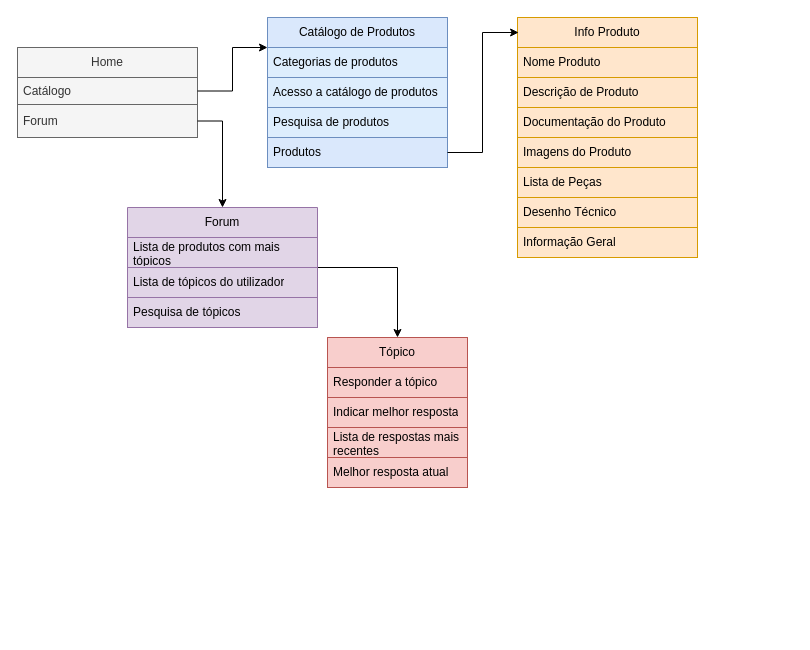
Earlier version of the draw.io diagram diagrams/Diagrama sem nome.drawio (Install-Go/install_and_go). Source tidied: cells renumbered, new cells numbered last; positions are measured from the earlier drawing's top-left corner, leaving out a move shared by most shapes. Both pictures are drawn from the tidied source at 100%, with x=0, y=0 at pixel (17, 17).
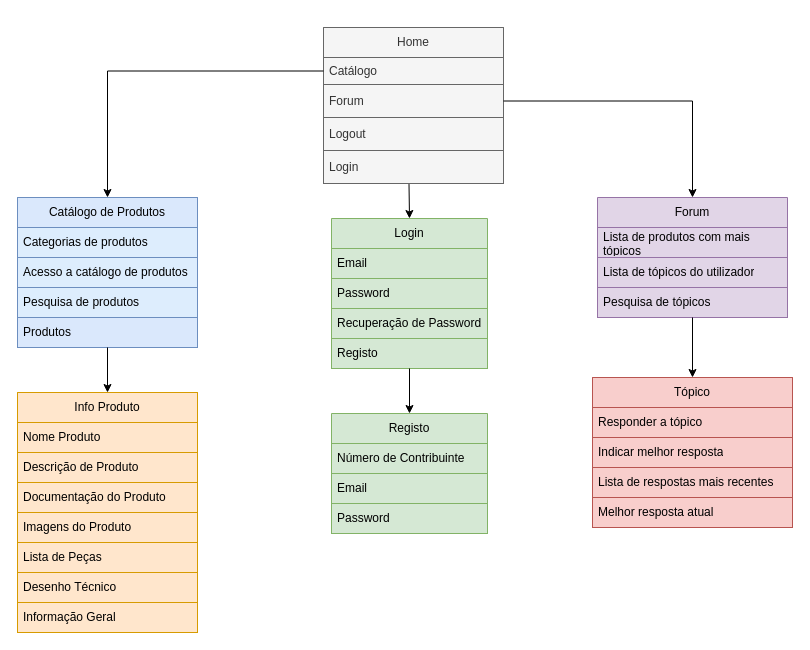
The same page after the edit.

Unchanged cells that the change refers to:
```xml
<mxCell id="3" value="Catálogo de Produtos" style="swimlane;fontStyle=0;horizontal=1;startSize=30;whiteSpace=wrap;html=1;fillColor=#dae8fc;strokeColor=#6c8ebf;" parent="2" vertex="1">
  <mxGeometry width="180" height="120" as="geometry" />
</mxCell>
<mxCell id="7" value="Produtos" style="text;strokeColor=#6c8ebf;fillColor=#dae8fc;align=left;verticalAlign=middle;spacingLeft=4;spacingRight=4;overflow=hidden;points=[[0,0.5],[1,0.5]];portConstraint=eastwest;whiteSpace=wrap;html=1;" parent="2" vertex="1">
  <mxGeometry y="120" width="180" height="30" as="geometry" />
</mxCell>
<mxCell id="9" value="Info Produto" style="swimlane;fontStyle=0;horizontal=1;startSize=30;whiteSpace=wrap;html=1;fillColor=#ffe6cc;strokeColor=#d79b00;" parent="8" vertex="1">
  <mxGeometry width="180" height="120" as="geometry" />
</mxCell>
```

Change to the diagram source:
```diff
@@
     <mxCell id="2" style="group;fillColor=#dae8fc;strokeColor=#6c8ebf;" parent="1" vertex="1">
-      <mxGeometry x="250" width="180" height="150" as="geometry" />
+      <mxGeometry y="180" width="180" height="150" as="geometry" />
     </mxCell>
@@
     <mxCell id="8" style="group;fillColor=#ffe6cc;strokeColor=#d79b00;" parent="1" vertex="1">
-      <mxGeometry x="500" width="180" height="240" as="geometry" />
+      <mxGeometry y="375" width="180" height="240" as="geometry" />
     </mxCell>
@@
-    <mxCell id="17" style="edgeStyle=orthogonalEdgeStyle;rounded=0;jettySize=auto;html=1;exitX=1;exitY=0.5;exitDx=0;exitDy=0;entryX=0.006;entryY=0.125;entryDx=0;entryDy=0;entryPerimeter=0;" parent="1" edge="1" source="7" target="9">
-      <mxGeometry relative="1" as="geometry" />
-    </mxCell>
-    <mxCell id="18" style="group;fillColor=#f5f5f5;fontColor=#333333;strokeColor=#666666;" parent="1" vertex="1">
-      <mxGeometry y="30" width="180" height="90" as="geometry" />
-    </mxCell>
-    <mxCell id="19" value="Home" style="swimlane;fontStyle=0;horizontal=1;startSize=30;whiteSpace=wrap;html=1;fillColor=#f5f5f5;strokeColor=#666666;fontColor=#333333;" parent="18" vertex="1">
-      <mxGeometry width="180" height="57" as="geometry" />
-    </mxCell>
-    <mxCell id="20" value="Catálogo" style="text;strokeColor=#666666;fillColor=#f5f5f5;align=left;verticalAlign=middle;spacingLeft=4;spacingRight=4;overflow=hidden;points=[[0,0.5],[1,0.5]];portConstraint=eastwest;whiteSpace=wrap;html=1;fontColor=#333333;" parent="19" vertex="1">
-      <mxGeometry y="30" width="180" height="27" as="geometry" />
-    </mxCell>
-    <mxCell id="21" value="Forum" style="text;strokeColor=#666666;fillColor=#f5f5f5;align=left;verticalAlign=middle;spacingLeft=4;spacingRight=4;overflow=hidden;points=[[0,0.5],[1,0.5]];portConstraint=eastwest;whiteSpace=wrap;html=1;fontColor=#333333;" parent="18" vertex="1">
-      <mxGeometry y="57" width="180" height="33" as="geometry" />
-    </mxCell>
-    <mxCell id="22" style="edgeStyle=orthogonalEdgeStyle;rounded=0;jettySize=auto;html=1;exitX=1;exitY=0.5;exitDx=0;exitDy=0;entryX=0.5;entryY=0;entryDx=0;entryDy=0;" parent="1" edge="1" source="23" target="28">
-      <mxGeometry relative="1" as="geometry" />
-    </mxCell>
     <mxCell id="23" value="Forum" style="swimlane;fontStyle=0;horizontal=1;startSize=30;whiteSpace=wrap;html=1;fillColor=#e1d5e7;strokeColor=#9673a6;" parent="1" vertex="1">
-      <mxGeometry x="110" y="190" width="190" height="120" as="geometry" />
+      <mxGeometry x="580" y="180" width="190" height="120" as="geometry" />
     </mxCell>
@@
     <mxCell id="27" style="group;fillColor=#f8cecc;strokeColor=#b85450;" parent="1" vertex="1">
-      <mxGeometry x="310" y="320" width="140" height="150" as="geometry" />
+      <mxGeometry x="575" y="360" width="200" height="150" as="geometry" />
     </mxCell>
     <mxCell id="28" value="Tópico" style="swimlane;fontStyle=0;horizontal=1;startSize=30;whiteSpace=wrap;html=1;fillColor=#f8cecc;strokeColor=#b85450;" parent="27" vertex="1">
-      <mxGeometry width="140" height="120" as="geometry" />
+      <mxGeometry width="200" height="120" as="geometry" />
     </mxCell>
     <mxCell id="29" value="Responder a tópico" style="text;strokeColor=#b85450;fillColor=#f8cecc;align=left;verticalAlign=middle;spacingLeft=4;spacingRight=4;overflow=hidden;whiteSpace=wrap;html=1;" parent="28" vertex="1">
-      <mxGeometry y="30" width="140" height="30" as="geometry" />
+      <mxGeometry y="30" width="200" height="30" as="geometry" />
     </mxCell>
     <mxCell id="30" value="Indicar melhor resposta" style="text;strokeColor=#b85450;fillColor=#f8cecc;align=left;verticalAlign=middle;spacingLeft=4;spacingRight=4;overflow=hidden;whiteSpace=wrap;html=1;" parent="28" vertex="1">
-      <mxGeometry y="60" width="140" height="30" as="geometry" />
+      <mxGeometry y="60" width="200" height="30" as="geometry" />
     </mxCell>
     <mxCell id="31" value="Lista de respostas mais recentes" style="text;strokeColor=#b85450;fillColor=#f8cecc;align=left;verticalAlign=middle;spacingLeft=4;spacingRight=4;overflow=hidden;whiteSpace=wrap;html=1;" parent="28" vertex="1">
-      <mxGeometry y="90" width="140" height="30" as="geometry" />
+      <mxGeometry y="90" width="200" height="30" as="geometry" />
     </mxCell>
     <mxCell id="32" value="Melhor resposta atual" style="text;strokeColor=#b85450;fillColor=#f8cecc;align=left;verticalAlign=middle;spacingLeft=4;spacingRight=4;overflow=hidden;whiteSpace=wrap;html=1;" parent="27" vertex="1">
-      <mxGeometry y="120" width="140" height="30" as="geometry" />
+      <mxGeometry y="120" width="200" height="30" as="geometry" />
     </mxCell>
+    <mxCell id="35" style="group;" parent="1" vertex="1">
+      <mxGeometry x="306" y="10" width="180" height="123" as="geometry" />
+    </mxCell>
+    <mxCell id="18" style="group;fillColor=#f5f5f5;fontColor=#333333;strokeColor=#666666;" parent="35" vertex="1">
+      <mxGeometry width="180" height="90" as="geometry" />
+    </mxCell>
+    <mxCell id="19" value="Home" style="swimlane;fontStyle=0;horizontal=1;startSize=30;whiteSpace=wrap;html=1;fillColor=#f5f5f5;strokeColor=#666666;fontColor=#333333;" parent="18" vertex="1">
+      <mxGeometry width="180" height="57" as="geometry" />
+    </mxCell>
+    <mxCell id="20" value="Catálogo" style="text;strokeColor=#666666;fillColor=#f5f5f5;align=left;verticalAlign=middle;spacingLeft=4;spacingRight=4;overflow=hidden;points=[[0,0.5],[1,0.5]];portConstraint=eastwest;whiteSpace=wrap;html=1;fontColor=#333333;" parent="19" vertex="1">
+      <mxGeometry y="30" width="180" height="27" as="geometry" />
+    </mxCell>
+    <mxCell id="21" value="Forum" style="text;strokeColor=#666666;fillColor=#f5f5f5;align=left;verticalAlign=middle;spacingLeft=4;spacingRight=4;overflow=hidden;points=[[0,0.5],[1,0.5]];portConstraint=eastwest;whiteSpace=wrap;html=1;fontColor=#333333;" parent="18" vertex="1">
+      <mxGeometry y="57" width="180" height="33" as="geometry" />
+    </mxCell>
+    <mxCell id="36" value="Logout" style="text;strokeColor=#666666;fillColor=#f5f5f5;align=left;verticalAlign=middle;spacingLeft=4;spacingRight=4;overflow=hidden;whiteSpace=wrap;html=1;fontColor=#333333;" parent="35" vertex="1">
+      <mxGeometry y="90" width="180" height="33" as="geometry" />
+    </mxCell>
+    <mxCell id="37" style="group;" parent="1" vertex="1">
+      <mxGeometry x="314" y="396" width="156" height="120" as="geometry" />
+    </mxCell>
+    <mxCell id="38" value="Registo" style="swimlane;fontStyle=0;horizontal=1;startSize=30;whiteSpace=wrap;html=1;fillColor=#d5e8d4;strokeColor=#82b366;" parent="37" vertex="1">
+      <mxGeometry width="156" height="120" as="geometry" />
+    </mxCell>
+    <mxCell id="39" value="Número de Contribuinte" style="text;strokeColor=#82b366;fillColor=#d5e8d4;align=left;verticalAlign=middle;spacingLeft=4;spacingRight=4;overflow=hidden;whiteSpace=wrap;html=1;" parent="37" vertex="1">
+      <mxGeometry y="30" width="156" height="30" as="geometry" />
+    </mxCell>
+    <mxCell id="40" value="Email" style="text;strokeColor=#82b366;fillColor=#d5e8d4;align=left;verticalAlign=middle;spacingLeft=4;spacingRight=4;overflow=hidden;whiteSpace=wrap;html=1;" parent="37" vertex="1">
+      <mxGeometry y="60" width="156" height="30" as="geometry" />
+    </mxCell>
+    <mxCell id="41" value="Password" style="text;strokeColor=#82b366;fillColor=#d5e8d4;align=left;verticalAlign=middle;spacingLeft=4;spacingRight=4;overflow=hidden;whiteSpace=wrap;html=1;" parent="37" vertex="1">
+      <mxGeometry y="90" width="156" height="30" as="geometry" />
+    </mxCell>
+    <mxCell id="42" style="group;" parent="1" vertex="1">
+      <mxGeometry x="314" y="201" width="156" height="150" as="geometry" />
+    </mxCell>
+    <mxCell id="43" value="Login" style="swimlane;fontStyle=0;horizontal=1;startSize=30;whiteSpace=wrap;html=1;fillColor=#d5e8d4;strokeColor=#82b366;" parent="42" vertex="1">
+      <mxGeometry width="156" height="120" as="geometry" />
+    </mxCell>
+    <mxCell id="44" value="Registo" style="text;strokeColor=#82b366;fillColor=#d5e8d4;align=left;verticalAlign=middle;spacingLeft=4;spacingRight=4;overflow=hidden;whiteSpace=wrap;html=1;" parent="42" vertex="1">
+      <mxGeometry y="120" width="156" height="30" as="geometry" />
+    </mxCell>
+    <mxCell id="45" value="Email" style="text;strokeColor=#82b366;fillColor=#d5e8d4;align=left;verticalAlign=middle;spacingLeft=4;spacingRight=4;overflow=hidden;whiteSpace=wrap;html=1;" parent="42" vertex="1">
+      <mxGeometry y="30" width="156" height="30" as="geometry" />
+    </mxCell>
+    <mxCell id="46" value="Password" style="text;strokeColor=#82b366;fillColor=#d5e8d4;align=left;verticalAlign=middle;spacingLeft=4;spacingRight=4;overflow=hidden;whiteSpace=wrap;html=1;" parent="42" vertex="1">
+      <mxGeometry y="60" width="156" height="30" as="geometry" />
+    </mxCell>
+    <mxCell id="47" value="Recuperação de Password" style="text;strokeColor=#82b366;fillColor=#d5e8d4;align=left;verticalAlign=middle;spacingLeft=4;spacingRight=4;overflow=hidden;whiteSpace=wrap;html=1;" parent="42" vertex="1">
+      <mxGeometry y="90" width="156" height="30" as="geometry" />
+    </mxCell>
-    <mxCell id="33" style="edgeStyle=orthogonalEdgeStyle;rounded=0;jettySize=auto;html=1;exitX=1;exitY=0.5;exitDx=0;exitDy=0;entryX=0;entryY=0.25;entryDx=0;entryDy=0;" parent="1" edge="1" source="20" target="3">
+    <mxCell id="33" style="edgeStyle=orthogonalEdgeStyle;rounded=0;jettySize=auto;html=1;exitX=0;exitY=0.5;exitDx=0;exitDy=0;entryX=0.5;entryY=0;entryDx=0;entryDy=0;" parent="1" edge="1" source="20" target="3">
       <mxGeometry relative="1" as="geometry" />
     </mxCell>
@@
+    <mxCell id="48" style="endArrow=classic;html=1;rounded=0;entryX=0.5;entryY=0;entryDx=0;entryDy=0;exitX=0.475;exitY=1.017;exitDx=0;exitDy=0;exitPerimeter=0;" parent="1" edge="1" source="51" target="43">
+      <mxGeometry relative="1" as="geometry" />
+    </mxCell>
+    <mxCell id="49" style="endArrow=classic;html=1;rounded=0;entryX=0.5;entryY=0;entryDx=0;entryDy=0;" parent="1" edge="1" target="9">
+      <mxGeometry relative="1" as="geometry">
+        <mxPoint x="90" y="330" as="sourcePoint" />
+      </mxGeometry>
+    </mxCell>
+    <mxCell id="22" style="endArrow=classic;html=1;rounded=0;exitX=0.5;exitY=1;exitDx=0;exitDy=0;entryX=0.5;entryY=0;entryDx=0;entryDy=0;" parent="1" edge="1" source="23" target="28">
+      <mxGeometry relative="1" as="geometry" />
+    </mxCell>
+    <mxCell id="50" style="endArrow=classic;html=1;rounded=0;entryX=0.5;entryY=0;entryDx=0;entryDy=0;" parent="1" edge="1" target="38">
+      <mxGeometry relative="1" as="geometry">
+        <mxPoint x="392" y="351" as="sourcePoint" />
+      </mxGeometry>
+    </mxCell>
+    <mxCell id="51" value="Login" style="text;strokeColor=#666666;fillColor=#f5f5f5;align=left;verticalAlign=middle;spacingLeft=4;spacingRight=4;overflow=hidden;points=[[0,0.5],[1,0.5]];portConstraint=eastwest;whiteSpace=wrap;html=1;fontColor=#333333;" parent="1" vertex="1">
+      <mxGeometry x="306" y="133" width="180" height="33" as="geometry" />
+    </mxCell>
```
